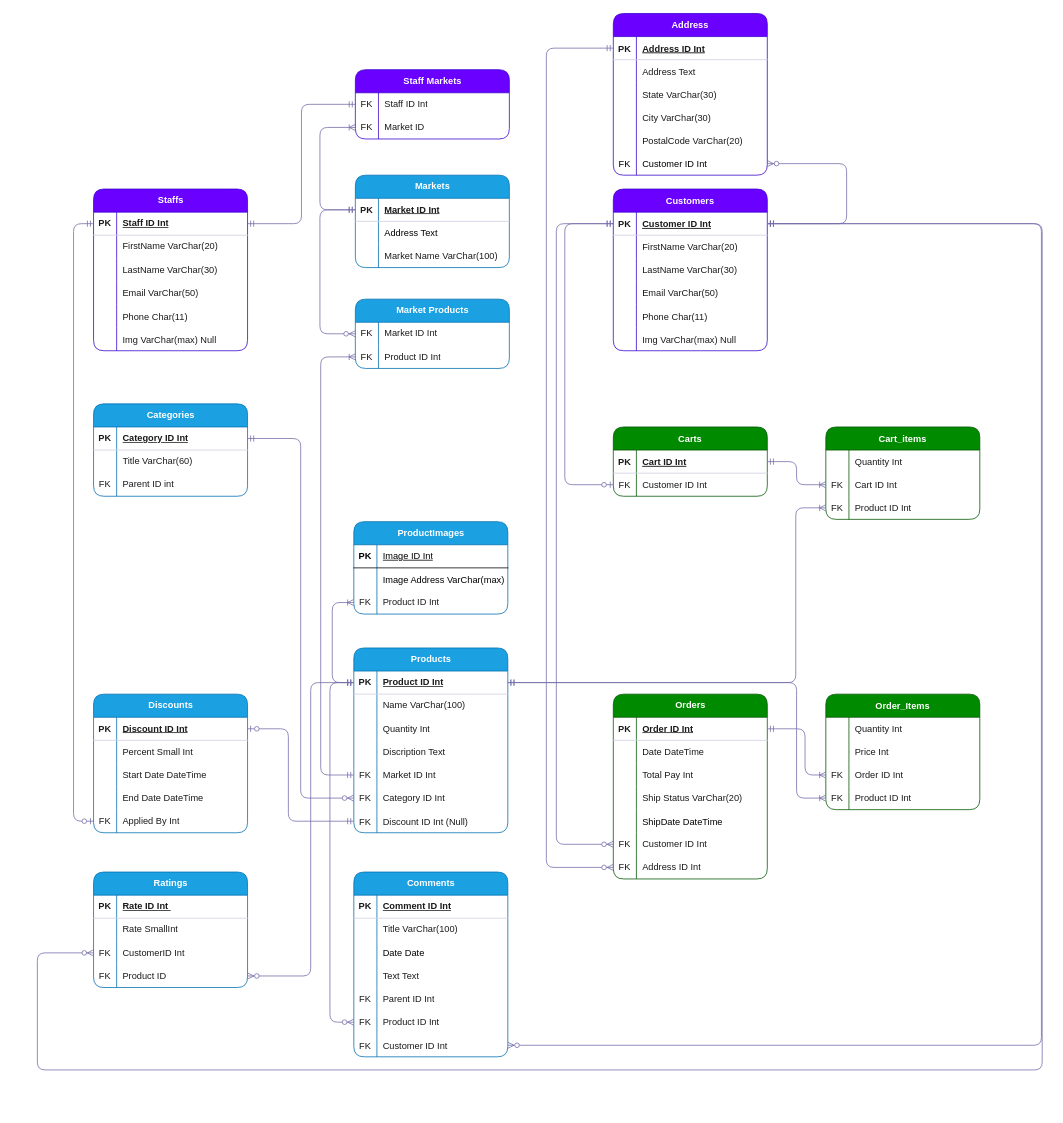
Above: ERD/OnlineShop.drawio in reza-rezaeemoghadam/Final_Project (draw.io), before the change. Source tidied: cells renumbered, new cells numbered last; positions are measured from the earlier drawing's top-left corner, leaving out a move shared by most shapes. Both pictures are drawn from the tidied source at 77%, with x=0, y=0 at pixel (37, 13).
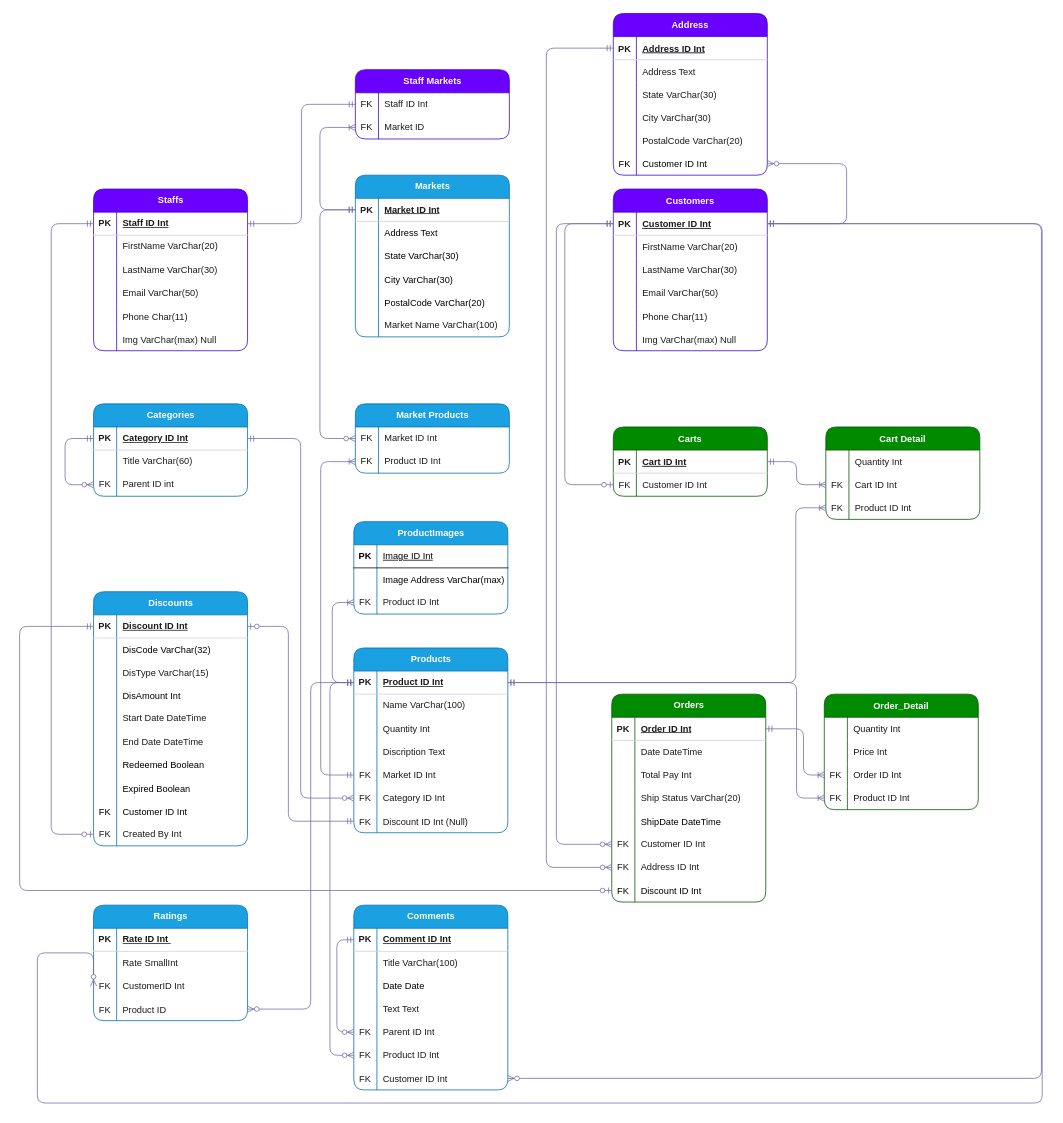
After the change.

Commit message (it also covers changes not shown here):
Editing the ERD

1. Some fields needed to be added
2. Some relations needed to be drawn

Unchanged cells that the change refers to:
```xml
<mxCell id="9" style="shape=tableRow;horizontal=0;startSize=0;swimlaneHead=0;swimlaneBody=0;fillColor=none;points=[[0,0.5],[1,0.5]];portConstraint=eastwest;top=0;left=0;right=0;bottom=0;labelBackgroundColor=none;strokeColor=#D0CEE2;fontColor=#1A1A1A;rounded=1;" parent="2" vertex="1">
  <mxGeometry y="90" width="200" height="30" as="geometry" />
</mxCell>
<mxCell id="23" style="shape=partialRectangle;fillColor=none;points=[[0,0.5],[1,0.5]];portConstraint=eastwest;top=0;left=0;right=0;bottom=1;labelBackgroundColor=none;strokeColor=#D0CEE2;fontColor=#1A1A1A;rounded=1;" parent="22" vertex="1">
  <mxGeometry y="30" width="200" height="30" as="geometry" />
</mxCell>
<mxCell id="42" style="shape=tableRow;horizontal=0;startSize=0;swimlaneHead=0;swimlaneBody=0;fillColor=none;points=[[0,0.5],[1,0.5]];portConstraint=eastwest;top=0;left=0;right=0;bottom=1;labelBackgroundColor=none;strokeColor=#D0CEE2;fontColor=#1A1A1A;rounded=1;" parent="41" vertex="1">
  <mxGeometry y="30" width="200" height="30" as="geometry" />
</mxCell>
<mxCell id="64" style="shape=tableRow;horizontal=0;startSize=0;swimlaneHead=0;swimlaneBody=0;fillColor=none;points=[[0,0.5],[1,0.5]];portConstraint=eastwest;top=0;left=0;right=0;bottom=1;labelBackgroundColor=none;strokeColor=#D0CEE2;fontColor=#1A1A1A;rounded=1;" parent="63" vertex="1">
  <mxGeometry y="30" width="200" height="30" as="geometry" />
</mxCell>
<mxCell id="114" value="Categories" style="shape=table;startSize=30;childLayout=tableLayout;rowLines=0;fontStyle=1;align=center;html=1;labelBackgroundColor=none;fillColor=#1ba1e2;strokeColor=#006EAF;fontColor=#ffffff;rounded=1;" parent="1" vertex="1">
  <mxGeometry x="73" y="507" width="200" height="120" as="geometry" />
</mxCell>
<mxCell id="115" style="shape=tableRow;horizontal=0;startSize=0;swimlaneHead=0;swimlaneBody=0;fillColor=none;points=[[0,0.5],[1,0.5]];portConstraint=eastwest;top=0;left=0;right=0;bottom=1;labelBackgroundColor=none;strokeColor=#D0CEE2;fontColor=#1A1A1A;rounded=1;" parent="114" vertex="1">
  <mxGeometry y="30" width="200" height="30" as="geometry" />
</mxCell>
<mxCell id="121" style="shape=tableRow;horizontal=0;startSize=0;swimlaneHead=0;swimlaneBody=0;fillColor=none;points=[[0,0.5],[1,0.5]];portConstraint=eastwest;top=0;left=0;right=0;bottom=0;labelBackgroundColor=none;strokeColor=#D0CEE2;fontColor=#1A1A1A;rounded=1;" parent="114" vertex="1">
  <mxGeometry y="90" width="200" height="30" as="geometry" />
</mxCell>
<mxCell id="125" style="shape=tableRow;horizontal=0;startSize=0;swimlaneHead=0;swimlaneBody=0;fillColor=none;points=[[0,0.5],[1,0.5]];portConstraint=eastwest;top=0;left=0;right=0;bottom=1;labelBackgroundColor=none;strokeColor=#D0CEE2;fontColor=#1A1A1A;rounded=1;" parent="124" vertex="1">
  <mxGeometry y="30" width="200" height="30" as="geometry" />
</mxCell>
<mxCell id="213" style="shape=tableRow;horizontal=0;startSize=0;swimlaneHead=0;swimlaneBody=0;fillColor=none;points=[[0,0.5],[1,0.5]];portConstraint=eastwest;top=0;left=0;right=0;bottom=0;labelBackgroundColor=none;strokeColor=#D0CEE2;fontColor=#1A1A1A;rounded=1;" parent="206" vertex="1">
  <mxGeometry y="90" width="200" height="30" as="geometry" />
</mxCell>
<mxCell id="220" style="shape=tableRow;horizontal=0;startSize=0;swimlaneHead=0;swimlaneBody=0;fillColor=none;points=[[0,0.5],[1,0.5]];portConstraint=eastwest;top=0;left=0;right=0;bottom=1;labelBackgroundColor=none;strokeColor=#D0CEE2;fontColor=#1A1A1A;rounded=1;" parent="219" vertex="1">
  <mxGeometry y="30" width="200" height="30" as="geometry" />
</mxCell>
<mxCell id="232" style="shape=tableRow;horizontal=0;startSize=0;swimlaneHead=0;swimlaneBody=0;fillColor=none;points=[[0,0.5],[1,0.5]];portConstraint=eastwest;top=0;left=0;right=0;bottom=0;labelBackgroundColor=none;strokeColor=#D0CEE2;fontColor=#1A1A1A;rounded=1;" parent="219" vertex="1">
  <mxGeometry y="150" width="200" height="30" as="geometry" />
</mxCell>
```

Diff of the diagram source:
```diff
@@
-    <mxCell id="2" value="Order_Items" style="shape=table;startSize=30;childLayout=tableLayout;rowLines=0;fontStyle=1;align=center;labelBackgroundColor=none;fillColor=#008a00;strokeColor=#005700;fontColor=#ffffff;rounded=1;" parent="1" vertex="1">
-      <mxGeometry x="1024" y="884" width="200" height="150" as="geometry" />
+    <mxCell id="2" value="Order_Detail" style="shape=table;startSize=30;childLayout=tableLayout;rowLines=0;fontStyle=1;align=center;labelBackgroundColor=none;fillColor=#008a00;strokeColor=#005700;fontColor=#ffffff;rounded=1;" parent="1" vertex="1">
+      <mxGeometry x="1022" y="884" width="200" height="150" as="geometry" />
     </mxCell>
@@
     <mxCell id="41" value="Orders" style="shape=table;startSize=30;childLayout=tableLayout;rowLines=0;fontStyle=1;align=center;html=1;labelBackgroundColor=none;fillColor=#008a00;strokeColor=#005700;fontColor=#ffffff;rounded=1;" parent="1" vertex="1">
-      <mxGeometry x="748" y="884" width="200" height="240" as="geometry" />
+      <mxGeometry x="746" y="884" width="200" height="270" as="geometry" />
     </mxCell>
@@
+    <mxCell id="248" style="shape=tableRow;horizontal=0;startSize=0;swimlaneHead=0;swimlaneBody=0;fillColor=none;points=[[0,0.5],[1,0.5]];portConstraint=eastwest;top=0;left=0;right=0;bottom=0;" parent="41" vertex="1">
+      <mxGeometry y="240" width="200" height="30" as="geometry" />
+    </mxCell>
+    <mxCell id="249" value="FK" style="shape=partialRectangle;fillColor=none;top=0;left=0;bottom=0;right=0;overflow=hidden;fontColor=#000000;" parent="248" vertex="1">
+      <mxGeometry width="30" height="30" as="geometry" />
+    </mxCell>
+    <mxCell id="250" value="Discount ID Int" style="shape=partialRectangle;fillColor=none;top=0;left=0;bottom=0;right=0;align=left;spacingLeft=6;overflow=hidden;fontColor=#000000;" parent="248" vertex="1">
+      <mxGeometry x="30" width="170" height="30" as="geometry" />
+    </mxCell>
@@
-    <mxCell id="82" value="Cart_items" style="shape=table;startSize=30;childLayout=tableLayout;rowLines=0;fontStyle=1;align=center;labelBackgroundColor=none;fillColor=#008a00;strokeColor=#005700;fontColor=#ffffff;rounded=1;" parent="1" vertex="1">
+    <mxCell id="82" value="Cart Detail" style="shape=table;startSize=30;childLayout=tableLayout;rowLines=0;fontStyle=1;align=center;labelBackgroundColor=none;fillColor=#008a00;strokeColor=#005700;fontColor=#ffffff;rounded=1;" parent="1" vertex="1">
       <mxGeometry x="1024" y="537" width="200" height="120" as="geometry" />
     </mxCell>
@@
+    <mxCell id="251" style="edgeStyle=elbowEdgeStyle;fontSize=12;html=1;endArrow=ERzeroToMany;startArrow=ERmandOne;rounded=1;entryX=0;entryY=0.5;entryDx=0;entryDy=0;exitX=0;exitY=0.5;exitDx=0;exitDy=0;strokeColor=#736CA8;curved=0;" parent="114" edge="1" source="115" target="121">
+      <mxGeometry relative="1" as="geometry">
+        <Array as="points">
+          <mxPoint x="-37" y="73" />
+        </Array>
+      </mxGeometry>
+    </mxCell>
     <mxCell id="124" value="Discounts" style="shape=table;startSize=30;childLayout=tableLayout;rowLines=0;fontStyle=1;align=center;html=1;labelBackgroundColor=none;fillColor=#1ba1e2;strokeColor=#006EAF;fontColor=#ffffff;rounded=1;" parent="1" vertex="1">
-      <mxGeometry x="73" y="884" width="200" height="180" as="geometry" />
+      <mxGeometry x="73" y="751" width="200" height="330" as="geometry" />
     </mxCell>
@@
+    <mxCell id="252" style="shape=tableRow;horizontal=0;startSize=0;swimlaneHead=0;swimlaneBody=0;fillColor=none;top=0;left=0;right=0;bottom=0;" parent="124" vertex="1">
+      <mxGeometry y="60" width="200" height="30" as="geometry" />
+    </mxCell>
+    <mxCell id="253" style="shape=partialRectangle;fillColor=none;top=0;left=0;bottom=0;right=0;overflow=hidden;" parent="252" vertex="1">
+      <mxGeometry width="30" height="30" as="geometry" />
+    </mxCell>
+    <mxCell id="254" value="DisCode VarChar(32)" style="shape=partialRectangle;fillColor=none;top=0;left=0;bottom=0;right=0;align=left;spacingLeft=6;overflow=hidden;fontColor=#000000;" parent="252" vertex="1">
+      <mxGeometry x="30" width="170" height="30" as="geometry" />
+    </mxCell>
     <mxCell id="128" style="shape=tableRow;horizontal=0;startSize=0;swimlaneHead=0;swimlaneBody=0;fillColor=none;top=0;left=0;right=0;bottom=0;labelBackgroundColor=none;strokeColor=#D0CEE2;fontColor=#1A1A1A;rounded=1;" parent="124" vertex="1">
-      <mxGeometry y="60" width="200" height="30" as="geometry" />
+      <mxGeometry y="90" width="200" height="30" as="geometry" />
     </mxCell>
@@
-    <mxCell id="130" value="Percent Small Int" style="shape=partialRectangle;fillColor=none;top=0;left=0;bottom=0;right=0;align=left;spacingLeft=6;overflow=hidden;labelBackgroundColor=none;strokeColor=#D0CEE2;fontColor=#1A1A1A;rounded=1;" parent="128" vertex="1">
+    <mxCell id="130" value="DisType VarChar(15)" style="shape=partialRectangle;fillColor=none;top=0;left=0;bottom=0;right=0;align=left;spacingLeft=6;overflow=hidden;labelBackgroundColor=none;strokeColor=#D0CEE2;fontColor=#1A1A1A;rounded=1;" parent="128" vertex="1">
       <mxGeometry x="30" width="170" height="30" as="geometry" />
     </mxCell>
+    <mxCell id="255" style="shape=tableRow;horizontal=0;startSize=0;swimlaneHead=0;swimlaneBody=0;fillColor=none;top=0;left=0;right=0;bottom=0;" parent="124" vertex="1">
+      <mxGeometry y="120" width="200" height="30" as="geometry" />
+    </mxCell>
+    <mxCell id="256" style="shape=partialRectangle;fillColor=none;top=0;left=0;bottom=0;right=0;overflow=hidden;" parent="255" vertex="1">
+      <mxGeometry width="30" height="30" as="geometry" />
+    </mxCell>
+    <mxCell id="257" value="DisAmount Int" style="shape=partialRectangle;fillColor=none;top=0;left=0;bottom=0;right=0;align=left;spacingLeft=6;overflow=hidden;fontColor=#000000;" parent="255" vertex="1">
+      <mxGeometry x="30" width="170" height="30" as="geometry" />
+    </mxCell>
     <mxCell id="131" style="shape=tableRow;horizontal=0;startSize=0;swimlaneHead=0;swimlaneBody=0;fillColor=none;top=0;left=0;right=0;bottom=0;labelBackgroundColor=none;strokeColor=#D0CEE2;fontColor=#1A1A1A;rounded=1;" parent="124" vertex="1">
-      <mxGeometry y="90" width="200" height="30" as="geometry" />
+      <mxGeometry y="150" width="200" height="30" as="geometry" />
     </mxCell>
@@
     <mxCell id="134" style="shape=tableRow;horizontal=0;startSize=0;swimlaneHead=0;swimlaneBody=0;fillColor=none;top=0;left=0;right=0;bottom=0;labelBackgroundColor=none;strokeColor=#D0CEE2;fontColor=#1A1A1A;rounded=1;" parent="124" vertex="1">
-      <mxGeometry y="120" width="200" height="30" as="geometry" />
+      <mxGeometry y="180" width="200" height="30" as="geometry" />
     </mxCell>
@@
+    <mxCell id="258" style="shape=tableRow;horizontal=0;startSize=0;swimlaneHead=0;swimlaneBody=0;fillColor=none;top=0;left=0;right=0;bottom=0;" parent="124" vertex="1">
+      <mxGeometry y="210" width="200" height="30" as="geometry" />
+    </mxCell>
+    <mxCell id="259" style="shape=partialRectangle;fillColor=none;top=0;left=0;bottom=0;right=0;overflow=hidden;" parent="258" vertex="1">
+      <mxGeometry width="30" height="30" as="geometry" />
+    </mxCell>
+    <mxCell id="260" value="Redeemed Boolean" style="shape=partialRectangle;fillColor=none;top=0;left=0;bottom=0;right=0;align=left;spacingLeft=6;overflow=hidden;fontColor=#000000;" parent="258" vertex="1">
+      <mxGeometry x="30" width="170" height="30" as="geometry" />
+    </mxCell>
+    <mxCell id="261" style="shape=tableRow;horizontal=0;startSize=0;swimlaneHead=0;swimlaneBody=0;fillColor=none;top=0;left=0;right=0;bottom=0;" parent="124" vertex="1">
+      <mxGeometry y="240" width="200" height="30" as="geometry" />
+    </mxCell>
+    <mxCell id="262" style="shape=partialRectangle;fillColor=none;top=0;left=0;bottom=0;right=0;overflow=hidden;" parent="261" vertex="1">
+      <mxGeometry width="30" height="30" as="geometry" />
+    </mxCell>
+    <mxCell id="263" value="Expired Boolean" style="shape=partialRectangle;fillColor=none;top=0;left=0;bottom=0;right=0;align=left;spacingLeft=6;overflow=hidden;fontColor=#000000;" parent="261" vertex="1">
+      <mxGeometry x="30" width="170" height="30" as="geometry" />
+    </mxCell>
+    <mxCell id="264" style="shape=tableRow;horizontal=0;startSize=0;swimlaneHead=0;swimlaneBody=0;fillColor=none;top=0;left=0;right=0;bottom=0;" parent="124" vertex="1">
+      <mxGeometry y="270" width="200" height="30" as="geometry" />
+    </mxCell>
+    <mxCell id="265" value="FK" style="shape=partialRectangle;fillColor=none;top=0;left=0;bottom=0;right=0;overflow=hidden;fontColor=#000000;" parent="264" vertex="1">
+      <mxGeometry width="30" height="30" as="geometry" />
+    </mxCell>
+    <mxCell id="266" value="Customer ID Int" style="shape=partialRectangle;fillColor=none;top=0;left=0;bottom=0;right=0;align=left;spacingLeft=6;overflow=hidden;fontColor=#000000;" parent="264" vertex="1">
+      <mxGeometry x="30" width="170" height="30" as="geometry" />
+    </mxCell>
     <mxCell id="137" style="shape=tableRow;horizontal=0;startSize=0;swimlaneHead=0;swimlaneBody=0;fillColor=none;points=[[0,0.5],[1,0.5]];portConstraint=eastwest;top=0;left=0;right=0;bottom=0;rounded=1;strokeColor=#D0CEE2;fontColor=#1A1A1A;" parent="124" vertex="1">
-      <mxGeometry y="150" width="200" height="30" as="geometry" />
+      <mxGeometry y="300" width="200" height="30" as="geometry" />
     </mxCell>
@@
-    <mxCell id="139" value="Applied By Int" style="shape=partialRectangle;fillColor=none;top=0;left=0;bottom=0;right=0;align=left;spacingLeft=6;fontStyle=0;overflow=hidden;whiteSpace=wrap;html=1;rounded=1;strokeColor=#D0CEE2;fontColor=#1A1A1A;" parent="137" vertex="1">
+    <mxCell id="139" value="Created By Int" style="shape=partialRectangle;fillColor=none;top=0;left=0;bottom=0;right=0;align=left;spacingLeft=6;fontStyle=0;overflow=hidden;whiteSpace=wrap;html=1;rounded=1;strokeColor=#D0CEE2;fontColor=#1A1A1A;" parent="137" vertex="1">
       <mxGeometry x="30" width="170" height="30" as="geometry" />
     </mxCell>
     <mxCell id="140" style="edgeStyle=elbowEdgeStyle;fontSize=12;html=1;endArrow=ERoneToMany;startArrow=ERmandOne;rounded=1;strokeColor=#736CA8;fontColor=#1A1A1A;exitX=1;exitY=0.5;exitDx=0;exitDy=0;entryX=0;entryY=0.5;entryDx=0;entryDy=0;" parent="1" edge="1" source="42" target="9">
       <mxGeometry relative="1" as="geometry">
         <Array as="points">
-          <mxPoint x="997" y="955" />
+          <mxPoint x="995" y="955" />
         </Array>
       </mxGeometry>
     </mxCell>
@@
     <mxCell id="146" style="edgeStyle=elbowEdgeStyle;fontSize=12;html=1;endArrow=ERzeroToOne;startArrow=ERmandOne;rounded=1;strokeColor=#736CA8;fontColor=#1A1A1A;exitX=0;exitY=0.5;exitDx=0;exitDy=0;entryX=0;entryY=0.5;entryDx=0;entryDy=0;" parent="1" edge="1" source="64" target="137">
       <mxGeometry relative="1" as="geometry">
         <Array as="points">
-          <mxPoint x="47" y="621" />
+          <mxPoint x="18" y="655" />
         </Array>
       </mxGeometry>
     </mxCell>
@@
     <mxCell id="149" value="Markets" style="shape=table;startSize=30;childLayout=tableLayout;rowLines=0;fontStyle=1;align=center;html=1;rounded=1;strokeColor=#006EAF;fontColor=#ffffff;fillColor=#1ba1e2;" parent="1" vertex="1">
-      <mxGeometry x="413" y="210" width="200" height="120" as="geometry" />
+      <mxGeometry x="413" y="210" width="200" height="210" as="geometry" />
     </mxCell>
@@
+    <mxCell id="267" style="shape=tableRow;horizontal=0;startSize=0;swimlaneHead=0;swimlaneBody=0;fillColor=none;top=0;left=0;right=0;bottom=0;" parent="149" vertex="1">
+      <mxGeometry y="90" width="200" height="30" as="geometry" />
+    </mxCell>
+    <mxCell id="268" style="shape=partialRectangle;fillColor=none;top=0;left=0;bottom=0;right=0;overflow=hidden;" parent="267" vertex="1">
+      <mxGeometry width="30" height="30" as="geometry" />
+    </mxCell>
+    <mxCell id="269" value="State VarChar(30)" style="shape=partialRectangle;fillColor=none;top=0;left=0;bottom=0;right=0;align=left;spacingLeft=6;overflow=hidden;fontColor=#000000;" parent="267" vertex="1">
+      <mxGeometry x="30" width="170" height="30" as="geometry" />
+    </mxCell>
+    <mxCell id="270" style="shape=tableRow;horizontal=0;startSize=0;swimlaneHead=0;swimlaneBody=0;fillColor=none;top=0;left=0;right=0;bottom=0;" parent="149" vertex="1">
+      <mxGeometry y="120" width="200" height="30" as="geometry" />
+    </mxCell>
+    <mxCell id="271" style="shape=partialRectangle;fillColor=none;top=0;left=0;bottom=0;right=0;overflow=hidden;" parent="270" vertex="1">
+      <mxGeometry width="30" height="30" as="geometry" />
+    </mxCell>
+    <mxCell id="272" value="City VarChar(30)" style="shape=partialRectangle;fillColor=none;top=0;left=0;bottom=0;right=0;align=left;spacingLeft=6;overflow=hidden;fontColor=#000000;" parent="270" vertex="1">
+      <mxGeometry x="30" width="170" height="30" as="geometry" />
+    </mxCell>
+    <mxCell id="273" style="shape=tableRow;horizontal=0;startSize=0;swimlaneHead=0;swimlaneBody=0;fillColor=none;top=0;left=0;right=0;bottom=0;" parent="149" vertex="1">
+      <mxGeometry y="150" width="200" height="30" as="geometry" />
+    </mxCell>
+    <mxCell id="274" style="shape=partialRectangle;fillColor=none;top=0;left=0;bottom=0;right=0;overflow=hidden;" parent="273" vertex="1">
+      <mxGeometry width="30" height="30" as="geometry" />
+    </mxCell>
+    <mxCell id="275" value="PostalCode VarChar(20)" style="shape=partialRectangle;fillColor=none;top=0;left=0;bottom=0;right=0;align=left;spacingLeft=6;overflow=hidden;fontColor=#000000;" parent="273" vertex="1">
+      <mxGeometry x="30" width="170" height="30" as="geometry" />
+    </mxCell>
     <mxCell id="156" style="shape=tableRow;horizontal=0;startSize=0;swimlaneHead=0;swimlaneBody=0;fillColor=none;top=0;left=0;right=0;bottom=0;rounded=1;strokeColor=#D0CEE2;fontColor=#1A1A1A;" parent="149" vertex="1">
-      <mxGeometry y="90" width="200" height="30" as="geometry" />
+      <mxGeometry y="180" width="200" height="30" as="geometry" />
     </mxCell>
@@
     <mxCell id="168" value="Market Products" style="shape=table;startSize=30;childLayout=tableLayout;rowLines=0;fontStyle=1;align=center;html=1;rounded=1;strokeColor=#006EAF;fontColor=#ffffff;fillColor=#1ba1e2;" parent="1" vertex="1">
-      <mxGeometry x="413" y="371" width="200" height="90" as="geometry" />
+      <mxGeometry x="413" y="507" width="200" height="90" as="geometry" />
     </mxCell>
@@
     <mxCell id="206" value="Ratings" style="shape=table;startSize=30;childLayout=tableLayout;rowLines=0;fontStyle=1;align=center;html=1;labelBackgroundColor=none;fillColor=#1ba1e2;strokeColor=#006EAF;fontColor=#ffffff;rounded=1;" parent="1" vertex="1">
-      <mxGeometry x="73" y="1115" width="200" height="150" as="geometry" />
+      <mxGeometry x="73" y="1158" width="200" height="150" as="geometry" />
     </mxCell>
@@
     <mxCell id="219" value="Comments" style="shape=table;startSize=30;childLayout=tableLayout;rowLines=0;fontStyle=1;align=center;html=1;labelBackgroundColor=none;fillColor=#1ba1e2;strokeColor=#006EAF;fontColor=#ffffff;rounded=1;" parent="1" vertex="1">
-      <mxGeometry x="411" y="1115" width="200" height="240" as="geometry" />
+      <mxGeometry x="411" y="1158" width="200" height="240" as="geometry" />
     </mxCell>
@@
+    <mxCell id="276" style="edgeStyle=elbowEdgeStyle;fontSize=12;html=1;endArrow=ERzeroToMany;startArrow=ERmandOne;rounded=1;entryX=0;entryY=0.5;entryDx=0;entryDy=0;exitX=0;exitY=0.5;exitDx=0;exitDy=0;strokeColor=#736CA8;curved=0;" parent="219" edge="1" source="220" target="232">
+      <mxGeometry relative="1" as="geometry">
+        <Array as="points">
+          <mxPoint x="-22" y="102" />
+        </Array>
+      </mxGeometry>
+    </mxCell>
@@
     <mxCell id="246" style="edgeStyle=orthogonalEdgeStyle;fontSize=12;html=1;endArrow=ERzeroToMany;startArrow=ERmandOne;rounded=1;strokeColor=#736CA8;exitX=1;exitY=0.5;exitDx=0;exitDy=0;entryX=0;entryY=0.5;entryDx=0;entryDy=0;" parent="1" edge="1" source="23" target="213">
       <mxGeometry relative="1" as="geometry">
         <Array as="points">
           <mxPoint x="1305" y="273" />
-          <mxPoint x="1305" y="1372" />
-          <mxPoint y="1372" />
+          <mxPoint x="1305" y="1415" />
+          <mxPoint y="1415" />
           <mxPoint y="1220" />
+          <mxPoint x="73" y="1220" />
         </Array>
       </mxGeometry>
     </mxCell>
@@
+    <mxCell id="277" style="edgeStyle=elbowEdgeStyle;fontSize=12;html=1;endArrow=ERzeroToOne;startArrow=ERmandOne;rounded=1;entryX=0;entryY=0.5;entryDx=0;entryDy=0;strokeColor=#736CA8;exitX=0;exitY=0.5;exitDx=0;exitDy=0;curved=0;" parent="1" edge="1" source="125" target="248">
+      <mxGeometry relative="1" as="geometry">
+        <Array as="points">
+          <mxPoint x="-23" y="1126" />
+        </Array>
+      </mxGeometry>
+    </mxCell>
```
